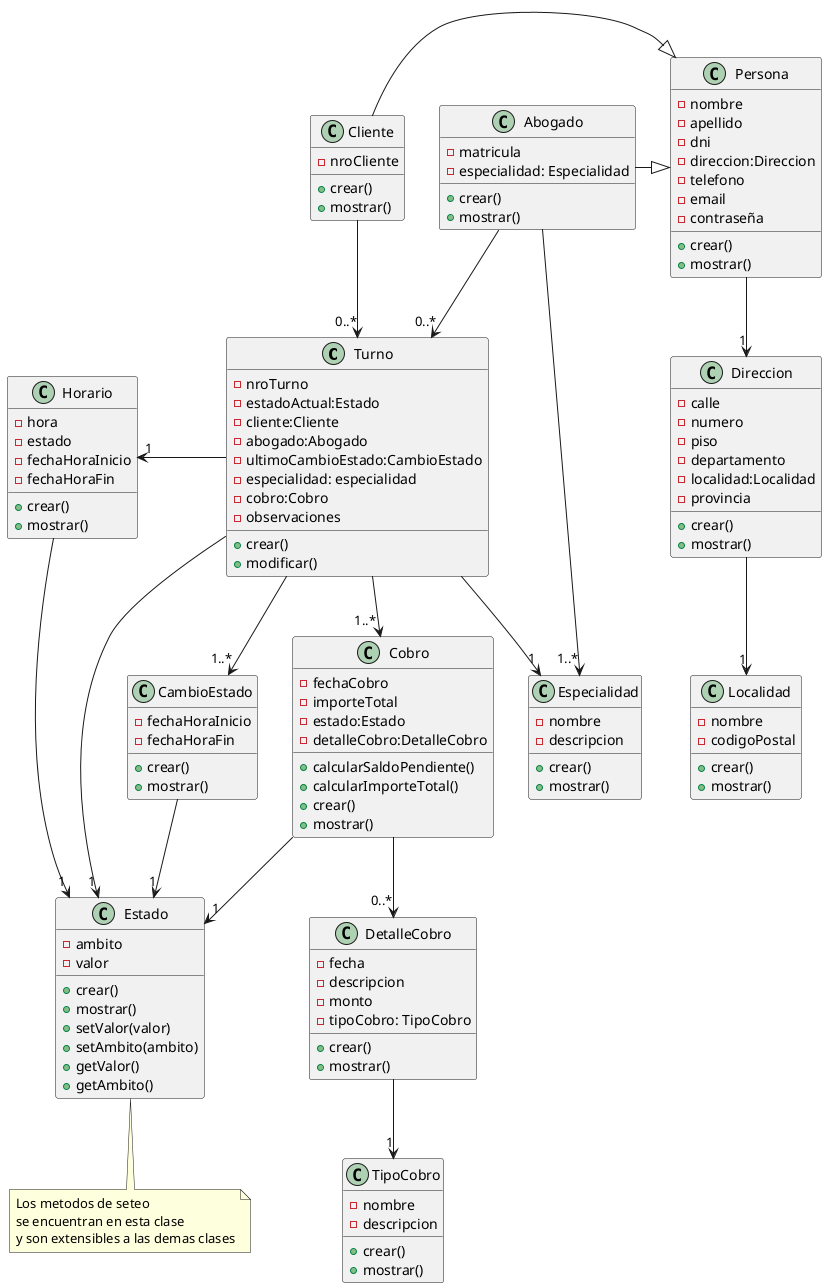
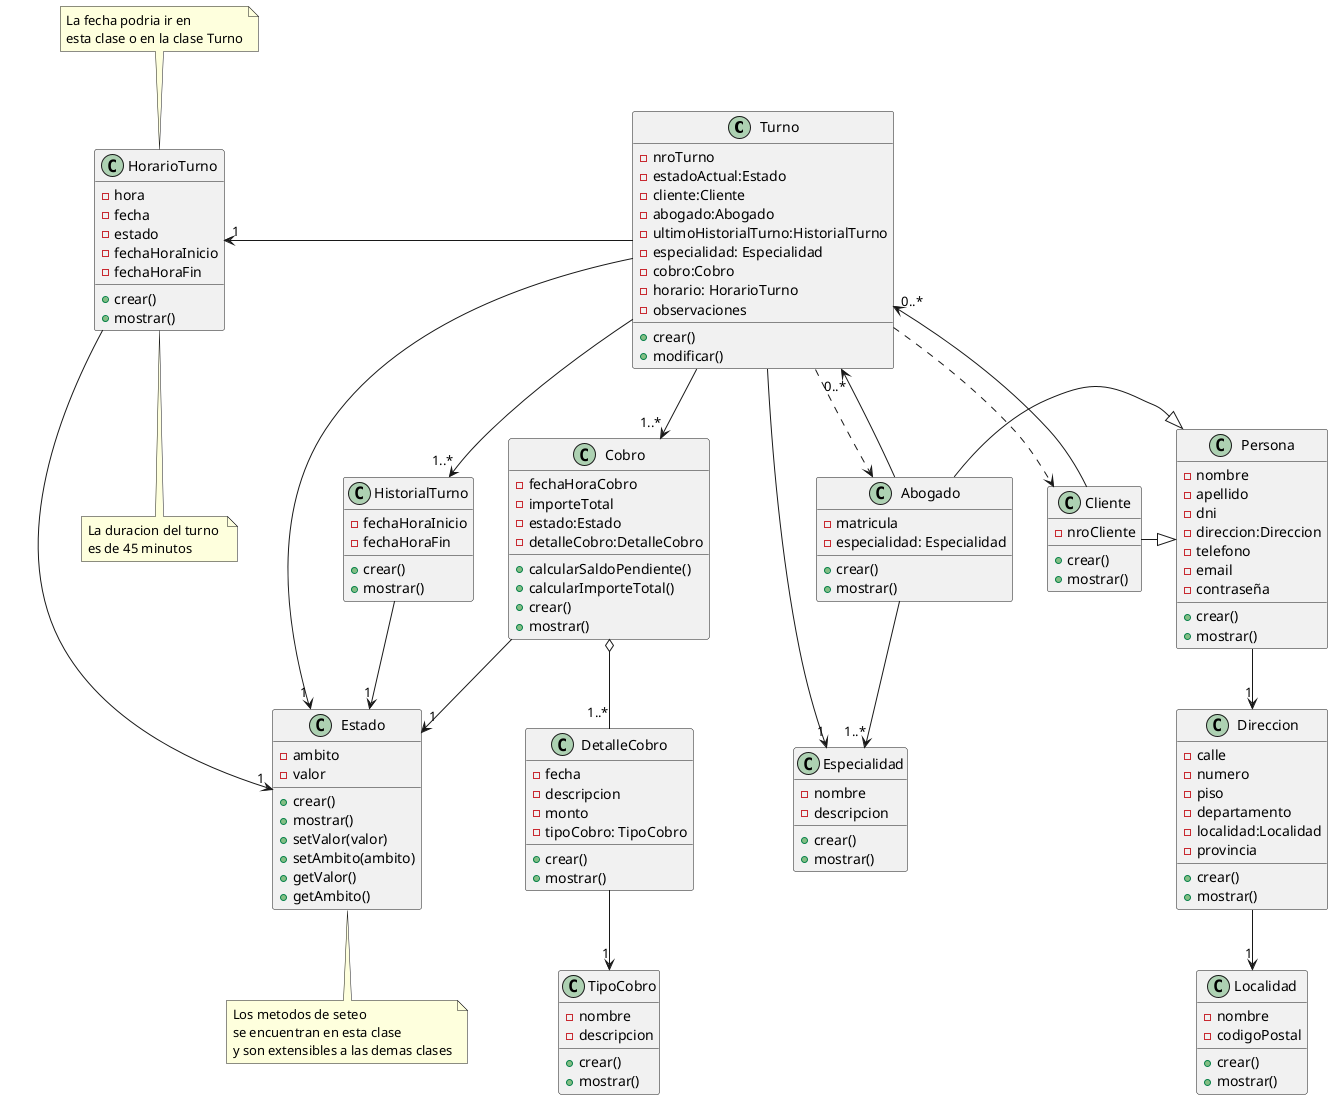
@startuml Diagrama de Clases
class Turno {
    - nroTurno
    - estadoActual:Estado
    - cliente:Cliente
    - abogado:Abogado
-     - ultimoCambioEstado:CambioEstado
-     - especialidad: especialidad
+     - ultimoHistorialTurno:HistorialTurno
+     - especialidad: Especialidad
    - cobro:Cobro
+     - horario: HorarioTurno
    - observaciones
    + crear()
    + modificar()
}
Turno --> "1..* "Cobro
Turno -> "1" Estado
- Turno -->"1..*" CambioEstado
+ Turno -->"1..*" HistorialTurno
Turno --> "1" Especialidad
- Turno -left-> "1"Horario
+ Turno -left-> "1"HorarioTurno
+ Turno ..> Cliente
+ Turno ..> Abogado


class Especialidad {
    - nombre
    - descripcion
    + crear()
    + mostrar()
}

class Persona{
    - nombre
    - apellido
    - dni
    - direccion:Direccion
    - telefono
    - email
    - contraseña
    + crear()
    + mostrar()
}

Persona -->"1" Direccion

class Cliente {
    - nroCliente
    + crear()
    + mostrar()
}

Cliente -|> Persona
Cliente -->"0..*" Turno

- 
class Abogado {
    - matricula
    - especialidad: Especialidad
    + crear()
    + mostrar()
}

Abogado -->"1..*" Especialidad
Abogado -|> Persona
Abogado -->"0..*" Turno

- class CambioEstado{
+ class HistorialTurno{
    - fechaHoraInicio
    - fechaHoraFin
    + crear()
    + mostrar()
}

- CambioEstado -->"1" Estado
+ HistorialTurno -->"1" Estado

class Cobro {
-     - fechaCobro
+     - fechaHoraCobro
    - importeTotal
    - estado:Estado
    - detalleCobro:DetalleCobro
    + calcularSaldoPendiente()
    + calcularImporteTotal()
    + crear()
    + mostrar()

}

- Cobro -->"0..*" DetalleCobro
+ Cobro o--"1..*" DetalleCobro
Cobro -->"1" Estado

class DetalleCobro {
    - fecha
    - descripcion
    - monto
    - tipoCobro: TipoCobro
    + crear()
    + mostrar()
}

DetalleCobro --> "1" TipoCobro

class TipoCobro {
    - nombre
    - descripcion
    + crear()
    + mostrar()
}

class Estado{
    - ambito
    - valor
    + crear()
    + mostrar()
    + setValor(valor)
    + setAmbito(ambito)
    + getValor()
    + getAmbito()
}

note bottom of Estado : Los metodos de seteo \nse encuentran en esta clase \ny son extensibles a las demas clases

class Direccion{
    - calle
    - numero
    - piso
    - departamento
    - localidad:Localidad
    - provincia
    + crear()
    + mostrar()
}

Direccion -->"1" Localidad

class Localidad{
    - nombre
    - codigoPostal
    + crear()
    + mostrar()
}

- class Horario {
+ class HorarioTurno {
    - hora
+     - fecha
    - estado
    - fechaHoraInicio
    - fechaHoraFin
    + crear()
    + mostrar()
}
+ note top of HorarioTurno : La fecha podria ir en \nesta clase o en la clase Turno
+ note bottom of HorarioTurno: La duracion del turno \nes de 45 minutos

- Horario --> "1"Estado
+ HorarioTurno --> "1"Estado
@enduml